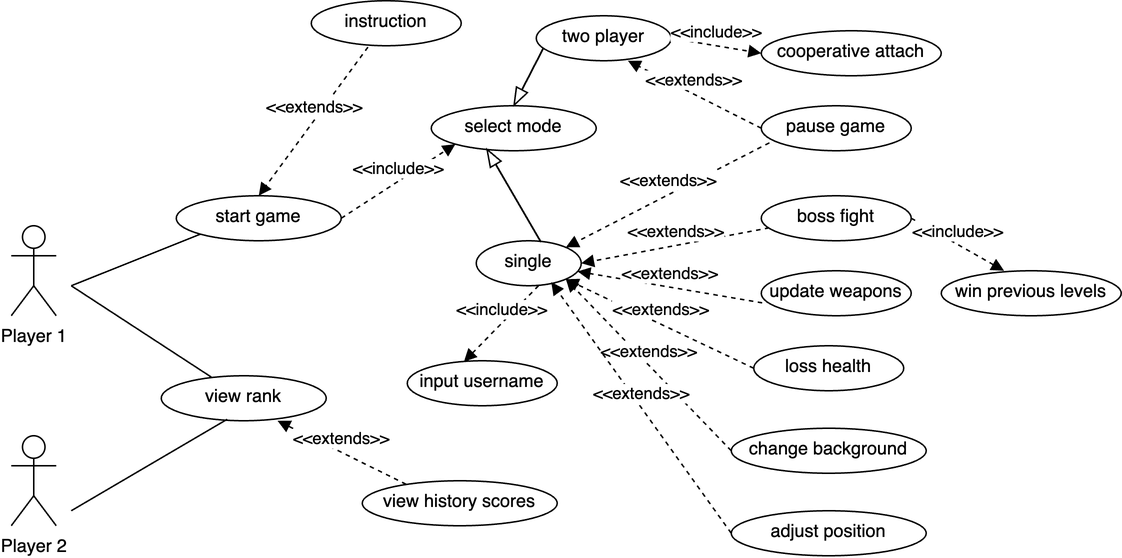
Before: images/use-case diagram.png, a diagram exported from draw.io (UoB-COMSM0166/2025-group-24). Source tidied: cells renumbered, new cells last; positions are measured from the earlier drawing's top-left corner, leaving out a move shared by most shapes.
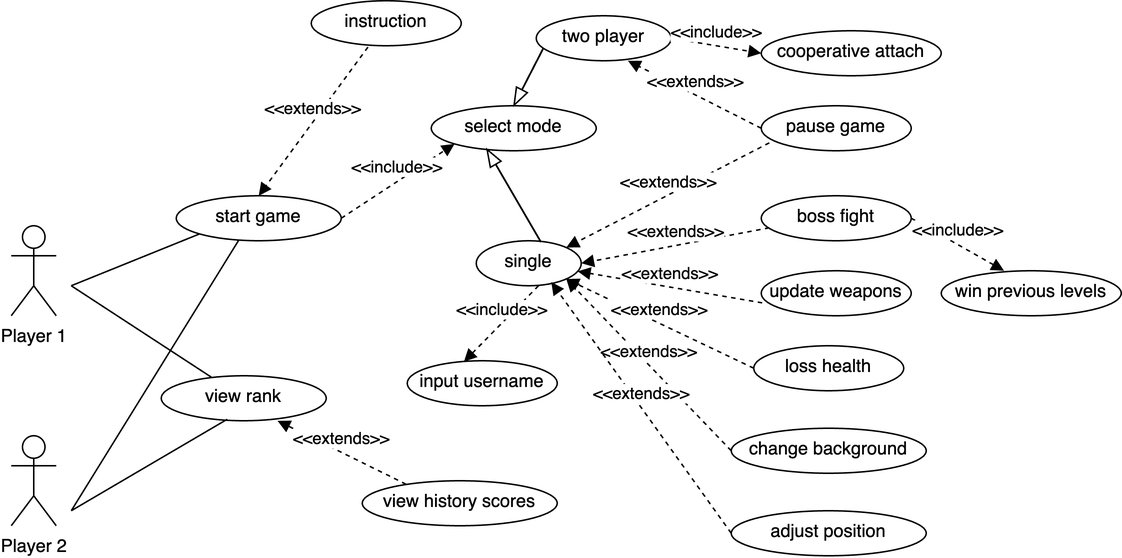
Later version of the same file.

Change to the diagram source:
```diff
@@ -124,5 +124,10 @@
     <mxCell id="37" value="win previous levels" style="ellipse;whiteSpace=wrap;html=1;verticalAlign=top;" parent="1" vertex="1">
       <mxGeometry x="620" y="180" width="120" height="30" as="geometry" />
     </mxCell>
+    <mxCell id="38" style="endArrow=none;html=1;rounded=0;entryX=0.379;entryY=0.986;entryDx=0;entryDy=0;entryPerimeter=0;" parent="1" edge="1" target="4">
+      <mxGeometry relative="1" as="geometry">
+        <mxPoint x="40" y="340" as="sourcePoint" />
+      </mxGeometry>
+    </mxCell>
   </root>
 </mxGraphModel>
```
